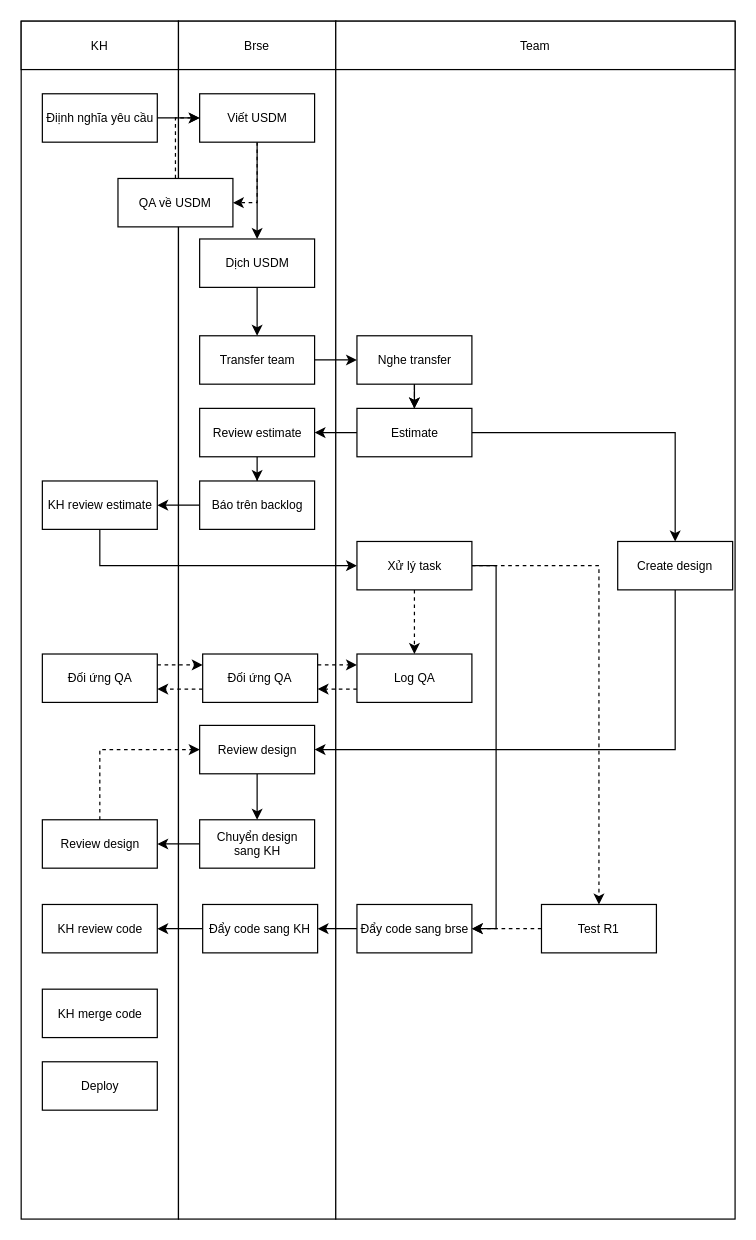
This is page "Task" (2 of 2) of UML_drawer/flow.drawio from namnguyen5902/UML_drawer, a draw.io file, before an edit. Source tidied: cells renumbered, new cells numbered last; positions are measured from the earlier drawing's top-left corner, leaving out a move shared by most shapes. Both pictures are drawn from the tidied source at 121%, with x=0, y=0 at pixel (21, 21).
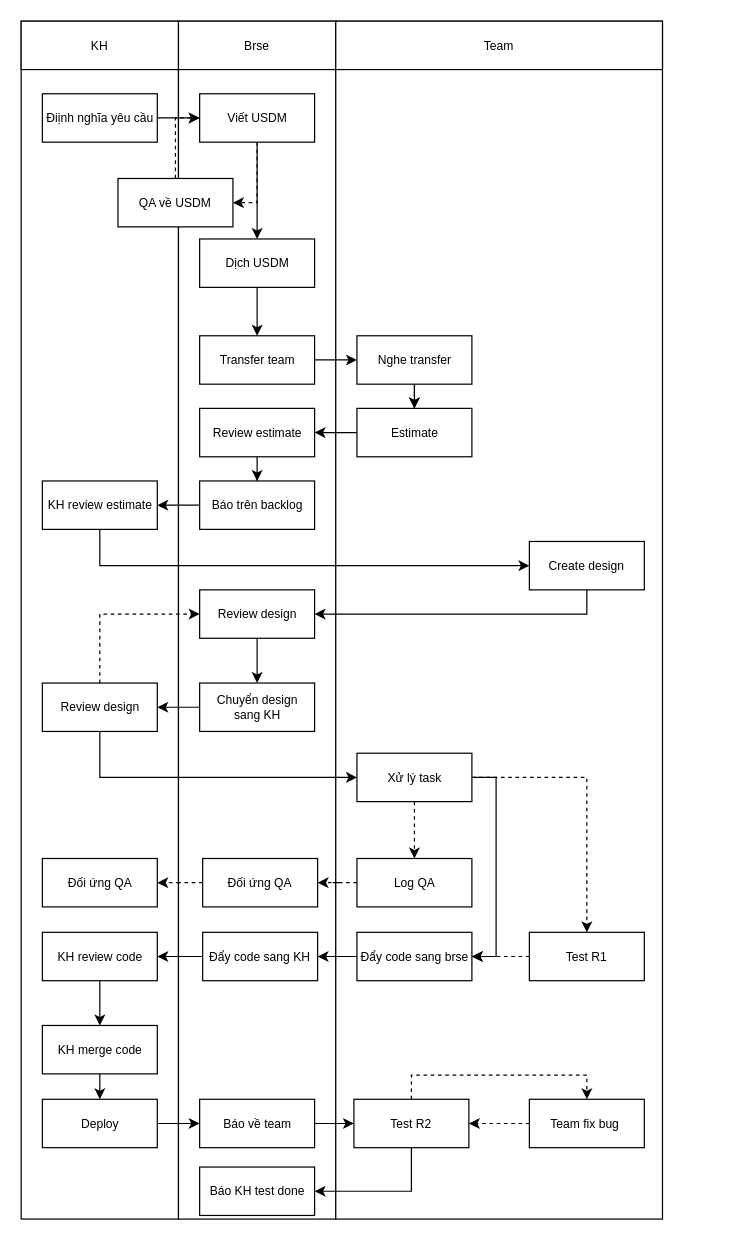
The same diagram, later.

Unchanged cells that the change refers to:
```xml
<mxCell id="42" value="Estimate" style="rounded=0;whiteSpace=wrap;html=1;fontSize=10;" parent="1" vertex="1">
  <mxGeometry x="277.5" y="320" width="95" height="40" as="geometry" />
</mxCell>
<mxCell id="46" value="KH review estimate" style="rounded=0;whiteSpace=wrap;html=1;fontSize=10;" parent="1" vertex="1">
  <mxGeometry x="17.5" y="380" width="95" height="40" as="geometry" />
</mxCell>
```

Diff of the diagram source:
```diff
@@
     <mxCell id="6" style="rounded=0;whiteSpace=wrap;html=1;fontSize=10;" parent="1" vertex="1">
-      <mxGeometry x="260" width="330" height="990" as="geometry" />
+      <mxGeometry x="260" width="270" height="990" as="geometry" />
     </mxCell>
     <mxCell id="7" value="Team" style="rounded=0;whiteSpace=wrap;html=1;fontSize=10;" parent="1" vertex="1">
-      <mxGeometry x="260" width="330" height="40" as="geometry" />
+      <mxGeometry x="260" width="270" height="40" as="geometry" />
     </mxCell>
@@
-    <mxCell id="24" style="edgeStyle=orthogonalEdgeStyle;rounded=0;jettySize=auto;html=1;dashed=1;" parent="1" edge="1" source="26" target="28">
-      <mxGeometry relative="1" as="geometry">
-        <Array as="points">
-          <mxPoint x="260" y="532" />
-          <mxPoint x="260" y="532" />
-        </Array>
-      </mxGeometry>
-    </mxCell>
     <mxCell id="25" style="edgeStyle=orthogonalEdgeStyle;rounded=0;jettySize=auto;html=1;dashed=1;" parent="1" edge="1" source="26" target="31">
-      <mxGeometry relative="1" as="geometry">
-        <Array as="points">
-          <mxPoint x="130" y="552" />
-          <mxPoint x="130" y="552" />
-        </Array>
-      </mxGeometry>
+      <mxGeometry relative="1" as="geometry" />
     </mxCell>
     <mxCell id="26" value="Đối ứng QA" style="rounded=0;whiteSpace=wrap;html=1;fontSize=10;" parent="1" vertex="1">
-      <mxGeometry x="150" y="523" width="95" height="40" as="geometry" />
+      <mxGeometry x="150" y="692" width="95" height="40" as="geometry" />
     </mxCell>
     <mxCell id="27" style="edgeStyle=orthogonalEdgeStyle;rounded=0;jettySize=auto;html=1;dashed=1;" parent="1" edge="1" source="28" target="26">
-      <mxGeometry relative="1" as="geometry">
-        <Array as="points">
-          <mxPoint x="260" y="552" />
-          <mxPoint x="260" y="552" />
-        </Array>
-      </mxGeometry>
+      <mxGeometry relative="1" as="geometry" />
     </mxCell>
     <mxCell id="28" value="Log QA" style="rounded=0;whiteSpace=wrap;html=1;fontSize=10;" parent="1" vertex="1">
-      <mxGeometry x="277.5" y="523" width="95" height="40" as="geometry" />
+      <mxGeometry x="277.5" y="692" width="95" height="40" as="geometry" />
     </mxCell>
@@
-    <mxCell id="30" style="edgeStyle=orthogonalEdgeStyle;rounded=0;jettySize=auto;html=1;dashed=1;" parent="1" edge="1" source="31" target="26">
-      <mxGeometry relative="1" as="geometry">
-        <Array as="points">
-          <mxPoint x="130" y="532" />
-          <mxPoint x="130" y="532" />
-        </Array>
-      </mxGeometry>
-    </mxCell>
     <mxCell id="31" value="Đối ứng QA" style="rounded=0;whiteSpace=wrap;html=1;fontSize=10;" parent="1" vertex="1">
-      <mxGeometry x="17.5" y="523" width="95" height="40" as="geometry" />
+      <mxGeometry x="17.5" y="692" width="95" height="40" as="geometry" />
     </mxCell>
@@
     <mxCell id="33" value="Create design" style="rounded=0;whiteSpace=wrap;html=1;fontSize=10;" parent="1" vertex="1">
-      <mxGeometry x="493" y="430" width="95" height="40" as="geometry" />
+      <mxGeometry x="420" y="430" width="95" height="40" as="geometry" />
     </mxCell>
@@
     <mxCell id="35" value="Review design" style="rounded=0;whiteSpace=wrap;html=1;fontSize=10;" parent="1" vertex="1">
-      <mxGeometry x="147.5" y="582" width="95" height="40" as="geometry" />
+      <mxGeometry x="147.5" y="470" width="95" height="40" as="geometry" />
     </mxCell>
@@
     <mxCell id="37" value="Chuyển design&lt;div&gt;sang KH&lt;/div&gt;" style="rounded=0;whiteSpace=wrap;html=1;fontSize=10;" parent="1" vertex="1">
-      <mxGeometry x="147.5" y="660" width="95" height="40" as="geometry" />
+      <mxGeometry x="147.5" y="547" width="95" height="40" as="geometry" />
     </mxCell>
@@
-    <mxCell id="41" style="edgeStyle=orthogonalEdgeStyle;rounded=0;jettySize=auto;html=1;entryX=0.5;entryY=0;entryDx=0;entryDy=0;" parent="1" edge="1" source="42" target="33">
-      <mxGeometry relative="1" as="geometry" />
-    </mxCell>
@@
-    <mxCell id="45" style="edgeStyle=orthogonalEdgeStyle;rounded=0;jettySize=auto;html=1;entryX=0;entryY=0.5;entryDx=0;entryDy=0;exitX=0.5;exitY=1;exitDx=0;exitDy=0;" parent="1" edge="1" source="46" target="49">
+    <mxCell id="45" style="edgeStyle=orthogonalEdgeStyle;rounded=0;jettySize=auto;html=1;entryX=0;entryY=0.5;entryDx=0;entryDy=0;exitX=0.5;exitY=1;exitDx=0;exitDy=0;" parent="1" edge="1" source="46" target="33">
       <mxGeometry relative="1" as="geometry" />
     </mxCell>
@@
     <mxCell id="49" value="Xử lý task" style="rounded=0;whiteSpace=wrap;html=1;fontSize=10;" parent="1" vertex="1">
-      <mxGeometry x="277.5" y="430" width="95" height="40" as="geometry" />
+      <mxGeometry x="277.5" y="605" width="95" height="40" as="geometry" />
     </mxCell>
@@
+    <mxCell id="61" style="edgeStyle=orthogonalEdgeStyle;rounded=0;jettySize=auto;html=1;entryX=0;entryY=0.5;entryDx=0;entryDy=0;exitX=0.5;exitY=1;exitDx=0;exitDy=0;" parent="1" edge="1" source="51" target="49">
+      <mxGeometry relative="1" as="geometry" />
+    </mxCell>
     <mxCell id="51" value="Review design" style="rounded=0;whiteSpace=wrap;html=1;fontSize=10;" parent="1" vertex="1">
-      <mxGeometry x="17.5" y="660" width="95" height="40" as="geometry" />
+      <mxGeometry x="17.5" y="547" width="95" height="40" as="geometry" />
     </mxCell>
@@
     <mxCell id="53" value="Đẩy code sang brse" style="rounded=0;whiteSpace=wrap;html=1;fontSize=10;" parent="1" vertex="1">
-      <mxGeometry x="277.5" y="730" width="95" height="40" as="geometry" />
+      <mxGeometry x="277.5" y="753" width="95" height="40" as="geometry" />
     </mxCell>
@@
     <mxCell id="55" value="Test R1" style="rounded=0;whiteSpace=wrap;html=1;fontSize=10;" parent="1" vertex="1">
-      <mxGeometry x="430" y="730" width="95" height="40" as="geometry" />
+      <mxGeometry x="420" y="753" width="95" height="40" as="geometry" />
     </mxCell>
@@
     <mxCell id="57" value="Đẩy code sang KH" style="rounded=0;whiteSpace=wrap;html=1;fontSize=10;" parent="1" vertex="1">
-      <mxGeometry x="150" y="730" width="95" height="40" as="geometry" />
+      <mxGeometry x="150" y="753" width="95" height="40" as="geometry" />
     </mxCell>
+    <mxCell id="62" style="edgeStyle=orthogonalEdgeStyle;rounded=0;jettySize=auto;html=1;entryX=0.5;entryY=0;entryDx=0;entryDy=0;" parent="1" edge="1" source="58" target="59">
+      <mxGeometry relative="1" as="geometry" />
+    </mxCell>
     <mxCell id="58" value="KH review code" style="rounded=0;whiteSpace=wrap;html=1;fontSize=10;" parent="1" vertex="1">
-      <mxGeometry x="17.5" y="730" width="95" height="40" as="geometry" />
+      <mxGeometry x="17.5" y="753" width="95" height="40" as="geometry" />
     </mxCell>
+    <mxCell id="63" style="edgeStyle=orthogonalEdgeStyle;rounded=0;jettySize=auto;html=1;" parent="1" edge="1" source="59" target="60">
+      <mxGeometry relative="1" as="geometry" />
+    </mxCell>
     <mxCell id="59" value="KH merge code" style="rounded=0;whiteSpace=wrap;html=1;fontSize=10;" parent="1" vertex="1">
-      <mxGeometry x="17.5" y="800" width="95" height="40" as="geometry" />
+      <mxGeometry x="17.5" y="830" width="95" height="40" as="geometry" />
     </mxCell>
+    <mxCell id="64" style="edgeStyle=orthogonalEdgeStyle;rounded=0;jettySize=auto;html=1;" parent="1" edge="1" source="60" target="66">
+      <mxGeometry relative="1" as="geometry" />
+    </mxCell>
     <mxCell id="60" value="Deploy" style="rounded=0;whiteSpace=wrap;html=1;fontSize=10;" parent="1" vertex="1">
-      <mxGeometry x="17.5" y="860" width="95" height="40" as="geometry" />
+      <mxGeometry x="17.5" y="891" width="95" height="40" as="geometry" />
     </mxCell>
+    <mxCell id="65" style="edgeStyle=orthogonalEdgeStyle;rounded=0;jettySize=auto;html=1;" parent="1" edge="1" source="66" target="69">
+      <mxGeometry relative="1" as="geometry" />
+    </mxCell>
+    <mxCell id="66" value="Báo về team" style="rounded=0;whiteSpace=wrap;html=1;fontSize=10;" parent="1" vertex="1">
+      <mxGeometry x="147.5" y="891" width="95" height="40" as="geometry" />
+    </mxCell>
+    <mxCell id="67" style="edgeStyle=orthogonalEdgeStyle;rounded=0;jettySize=auto;html=1;entryX=1;entryY=0.5;entryDx=0;entryDy=0;exitX=0.5;exitY=1;exitDx=0;exitDy=0;" parent="1" edge="1" source="69" target="70">
+      <mxGeometry relative="1" as="geometry" />
+    </mxCell>
+    <mxCell id="68" style="edgeStyle=orthogonalEdgeStyle;rounded=0;jettySize=auto;html=1;entryX=0.5;entryY=0;entryDx=0;entryDy=0;exitX=0.5;exitY=0;exitDx=0;exitDy=0;dashed=1;" parent="1" edge="1" source="69" target="72">
+      <mxGeometry relative="1" as="geometry" />
+    </mxCell>
+    <mxCell id="69" value="Test R2" style="rounded=0;whiteSpace=wrap;html=1;fontSize=10;" parent="1" vertex="1">
+      <mxGeometry x="275" y="891" width="95" height="40" as="geometry" />
+    </mxCell>
+    <mxCell id="70" value="Báo KH test done" style="rounded=0;whiteSpace=wrap;html=1;fontSize=10;" parent="1" vertex="1">
+      <mxGeometry x="147.5" y="947" width="95" height="40" as="geometry" />
+    </mxCell>
+    <mxCell id="71" style="edgeStyle=orthogonalEdgeStyle;rounded=0;jettySize=auto;html=1;dashed=1;" parent="1" edge="1" source="72" target="69">
+      <mxGeometry relative="1" as="geometry" />
+    </mxCell>
+    <mxCell id="72" value="Team fix bug&amp;nbsp;" style="rounded=0;whiteSpace=wrap;html=1;fontSize=10;" parent="1" vertex="1">
+      <mxGeometry x="420" y="891" width="95" height="40" as="geometry" />
+    </mxCell>
```
